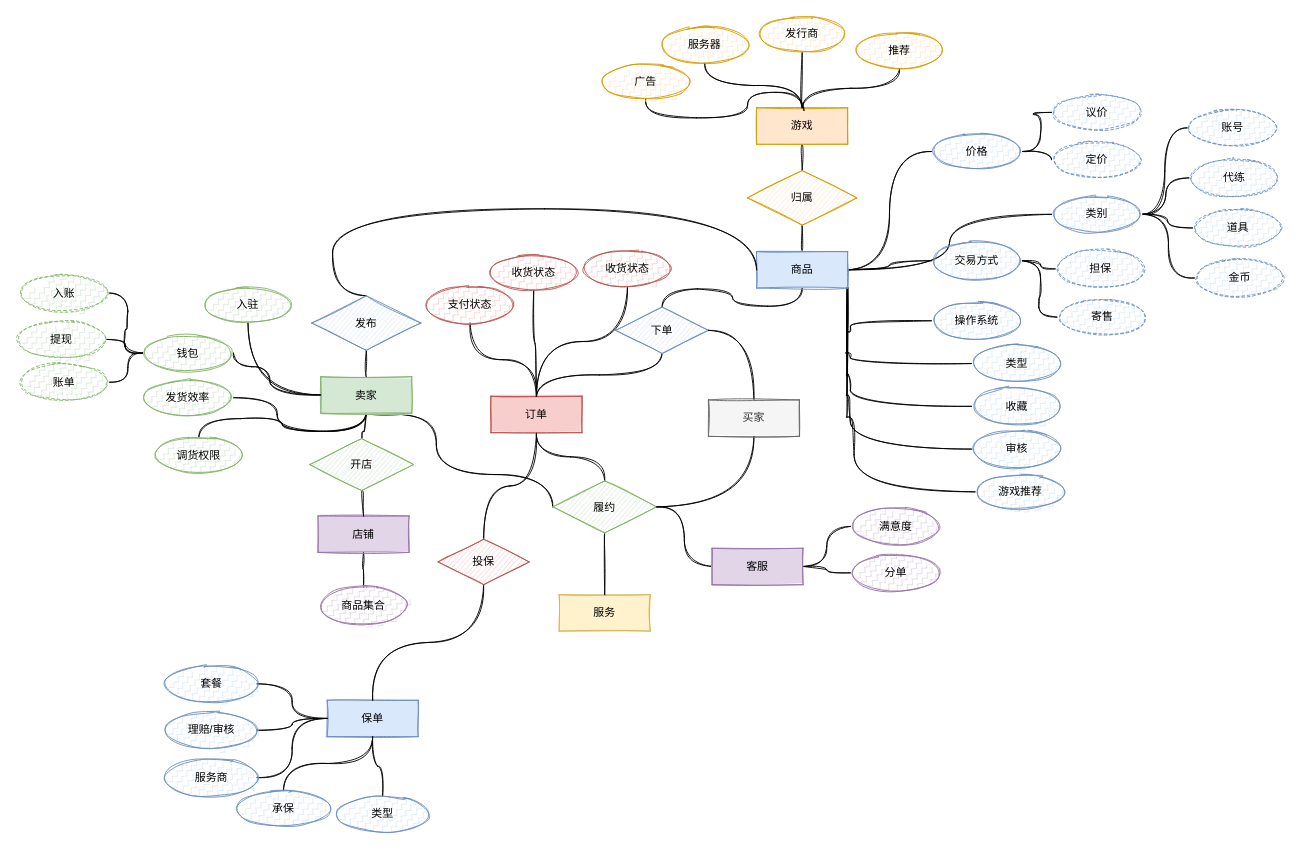
This is ali03.drawio from chenyz/EGOTableViewPullRefresh, a draw.io file, before an edit. Source tidied: cells renumbered, new cells numbered last; positions are measured from the earlier drawing's top-left corner, leaving out a move shared by most shapes. Both pictures are drawn from the tidied source at 91%, with x=0, y=0 at pixel (15, 15).
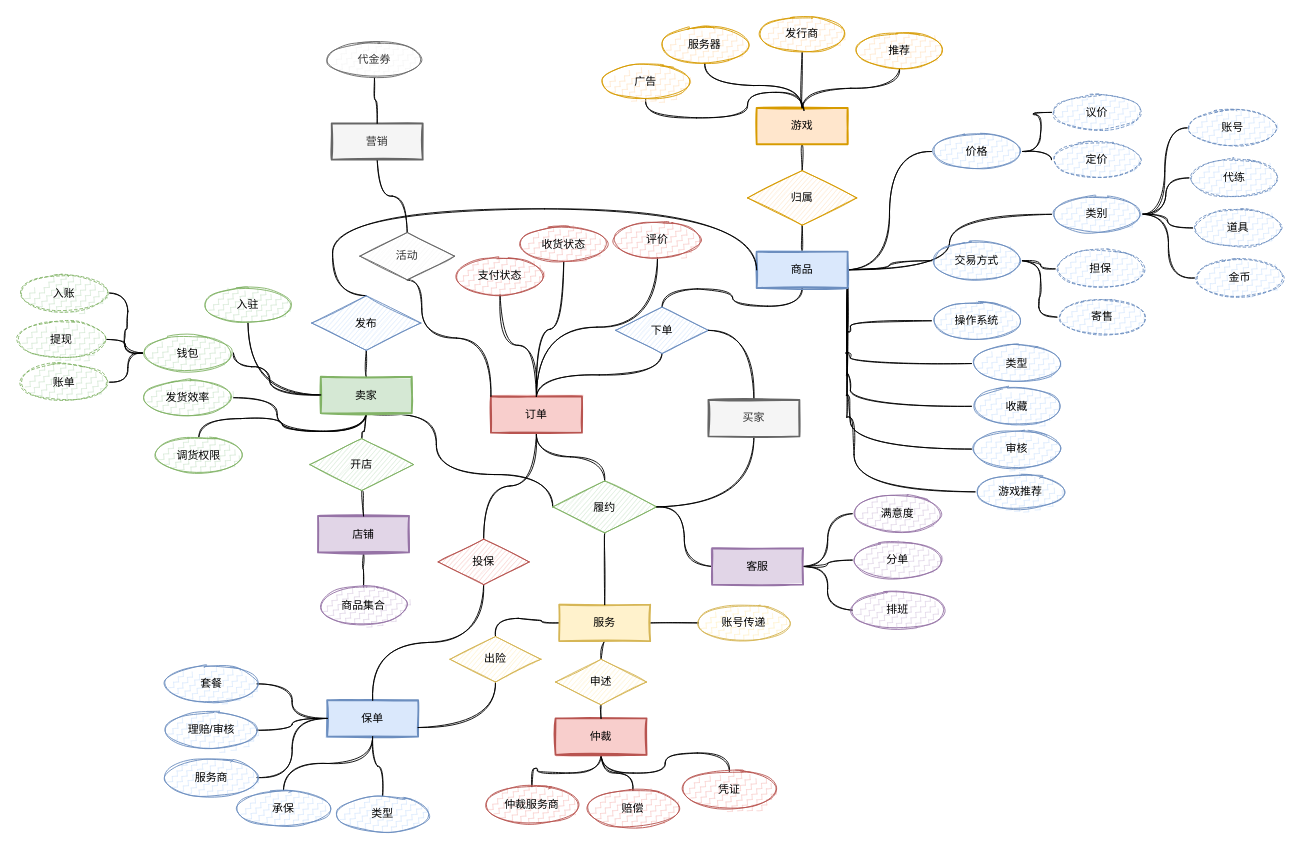
The same page after the edit.

What changed in the source:
```diff
@@
-    <mxCell id="4" value="游戏" style="whiteSpace=wrap;html=1;align=center;sketch=1;fillColor=#ffe6cc;strokeColor=#d79b00;fillStyle=solid;" parent="1" vertex="1">
+    <mxCell id="4" value="游戏" style="whiteSpace=wrap;html=1;align=center;sketch=1;fillColor=#ffe6cc;strokeColor=#d79b00;fillStyle=solid;strokeWidth=2;" parent="1" vertex="1">
       <mxGeometry x="814" y="101" width="100" height="40" as="geometry" />
     </mxCell>
@@
-    <mxCell id="22" value="商品" style="whiteSpace=wrap;html=1;align=center;sketch=1;fillColor=#dae8fc;strokeColor=#6c8ebf;fillStyle=solid;" parent="1" vertex="1">
+    <mxCell id="22" value="商品" style="whiteSpace=wrap;html=1;align=center;sketch=1;fillColor=#dae8fc;strokeColor=#6c8ebf;fillStyle=solid;strokeWidth=2;" parent="1" vertex="1">
       <mxGeometry x="814" y="259" width="100" height="40" as="geometry" />
     </mxCell>
@@
-    <mxCell id="49" value="卖家" style="whiteSpace=wrap;html=1;align=center;sketch=1;fillColor=#d5e8d4;strokeColor=#82b366;fillStyle=solid;" parent="1" vertex="1">
+    <mxCell id="49" value="卖家" style="whiteSpace=wrap;html=1;align=center;sketch=1;fillColor=#d5e8d4;strokeColor=#82b366;fillStyle=solid;strokeWidth=2;" parent="1" vertex="1">
       <mxGeometry x="335" y="396.5" width="100" height="40" as="geometry" />
     </mxCell>
@@
-    <mxCell id="69" value="店铺" style="whiteSpace=wrap;html=1;align=center;sketch=1;fillColor=#e1d5e7;strokeColor=#9673a6;fillStyle=solid;" parent="1" vertex="1">
+    <mxCell id="69" value="店铺" style="whiteSpace=wrap;html=1;align=center;sketch=1;fillColor=#e1d5e7;strokeColor=#9673a6;fillStyle=solid;strokeWidth=2;" parent="1" vertex="1">
       <mxGeometry x="332" y="549.5" width="100" height="40" as="geometry" />
     </mxCell>
@@
-    <mxCell id="75" value="订单" style="whiteSpace=wrap;html=1;align=center;sketch=1;fillColor=#f8cecc;strokeColor=#b85450;fillStyle=solid;" parent="1" vertex="1">
+    <mxCell id="75" value="订单" style="whiteSpace=wrap;html=1;align=center;sketch=1;fillColor=#f8cecc;strokeColor=#b85450;fillStyle=solid;strokeWidth=2;" parent="1" vertex="1">
       <mxGeometry x="522" y="418" width="100" height="40" as="geometry" />
     </mxCell>
@@
-    <mxCell id="80" value="买家" style="whiteSpace=wrap;html=1;align=center;sketch=1;fillColor=#f5f5f5;strokeColor=#666666;fontColor=#333333;fillStyle=solid;" parent="1" vertex="1">
+    <mxCell id="80" value="买家" style="whiteSpace=wrap;html=1;align=center;sketch=1;fillColor=#f5f5f5;strokeColor=#666666;fontColor=#333333;fillStyle=solid;strokeWidth=2;" parent="1" vertex="1">
       <mxGeometry x="761" y="422" width="100" height="40" as="geometry" />
     </mxCell>
+    <mxCell id="109" style="edgeStyle=orthogonalEdgeStyle;curved=1;rounded=0;sketch=1;jettySize=auto;html=1;exitX=1;exitY=0.5;exitDx=0;exitDy=0;entryX=0;entryY=0.5;entryDx=0;entryDy=0;endArrow=none;endFill=0;" parent="1" edge="1" source="81" target="120">
+      <mxGeometry relative="1" as="geometry" />
+    </mxCell>
+    <mxCell id="110" style="edgeStyle=orthogonalEdgeStyle;curved=1;rounded=0;sketch=1;jettySize=auto;html=1;exitX=0;exitY=0.5;exitDx=0;exitDy=0;entryX=0.5;entryY=0;entryDx=0;entryDy=0;endArrow=none;endFill=0;" parent="1" edge="1" source="81" target="122">
+      <mxGeometry relative="1" as="geometry" />
+    </mxCell>
+    <mxCell id="111" style="edgeStyle=orthogonalEdgeStyle;curved=1;rounded=0;sketch=1;jettySize=auto;html=1;exitX=0.5;exitY=1;exitDx=0;exitDy=0;entryX=0.5;entryY=0;entryDx=0;entryDy=0;endArrow=none;endFill=0;" parent="1" edge="1" source="81" target="128">
+      <mxGeometry relative="1" as="geometry" />
+    </mxCell>
-    <mxCell id="81" value="服务" style="whiteSpace=wrap;html=1;align=center;sketch=1;fillColor=#fff2cc;strokeColor=#d6b656;fillStyle=solid;" parent="1" vertex="1">
-      <mxGeometry x="597" y="636" width="100" height="40" as="geometry" />
+    <mxCell id="81" value="服务" style="whiteSpace=wrap;html=1;align=center;sketch=1;fillColor=#fff2cc;strokeColor=#d6b656;fillStyle=solid;strokeWidth=2;" parent="1" vertex="1">
+      <mxGeometry x="597" y="647" width="100" height="40" as="geometry" />
     </mxCell>
@@
     <mxCell id="85" value="支付状态" style="ellipse;whiteSpace=wrap;html=1;align=center;sketch=1;fillColor=#f8cecc;strokeColor=#b85450;fillStyle=zigzag-line;" parent="1" vertex="1">
-      <mxGeometry x="449" y="297.5" width="100" height="40" as="geometry" />
+      <mxGeometry x="482" y="266" width="100" height="40" as="geometry" />
     </mxCell>
@@
     <mxCell id="87" value="收货状态" style="ellipse;whiteSpace=wrap;html=1;align=center;sketch=1;fillColor=#f8cecc;strokeColor=#b85450;fillStyle=zigzag-line;" parent="1" vertex="1">
-      <mxGeometry x="519" y="262" width="100" height="40" as="geometry" />
+      <mxGeometry x="552" y="230.5" width="100" height="40" as="geometry" />
     </mxCell>
@@
-    <mxCell id="89" value="收货状态" style="ellipse;whiteSpace=wrap;html=1;align=center;sketch=1;fillColor=#f8cecc;strokeColor=#b85450;fillStyle=zigzag-line;" parent="1" vertex="1">
-      <mxGeometry x="622" y="257.5" width="100" height="40" as="geometry" />
+    <mxCell id="89" value="评价" style="ellipse;whiteSpace=wrap;html=1;align=center;sketch=1;fillColor=#f8cecc;strokeColor=#b85450;fillStyle=zigzag-line;" parent="1" vertex="1">
+      <mxGeometry x="655" y="226" width="100" height="40" as="geometry" />
     </mxCell>
@@
+    <mxCell id="112" style="edgeStyle=orthogonalEdgeStyle;curved=1;rounded=0;sketch=1;jettySize=auto;html=1;exitX=1;exitY=0.5;exitDx=0;exitDy=0;entryX=0;entryY=0.5;entryDx=0;entryDy=0;endArrow=none;endFill=0;" parent="1" edge="1" source="93" target="113">
+      <mxGeometry relative="1" as="geometry" />
+    </mxCell>
-    <mxCell id="93" value="客服" style="whiteSpace=wrap;html=1;align=center;sketch=1;fillColor=#e1d5e7;strokeColor=#9673a6;fillStyle=solid;" parent="1" vertex="1">
+    <mxCell id="93" value="客服" style="whiteSpace=wrap;html=1;align=center;sketch=1;fillColor=#e1d5e7;strokeColor=#9673a6;fillStyle=solid;strokeWidth=2;" parent="1" vertex="1">
       <mxGeometry x="765" y="585" width="100" height="40" as="geometry" />
     </mxCell>
     <mxCell id="94" value="满意度" style="ellipse;whiteSpace=wrap;html=1;align=center;sketch=1;fillColor=#e1d5e7;strokeColor=#9673a6;fillStyle=zigzag-line;" parent="1" vertex="1">
-      <mxGeometry x="917" y="541" width="100" height="40" as="geometry" />
+      <mxGeometry x="919" y="527" width="100" height="40" as="geometry" />
     </mxCell>
     <mxCell id="95" value="分单" style="ellipse;whiteSpace=wrap;html=1;align=center;sketch=1;fillColor=#e1d5e7;strokeColor=#9673a6;fillStyle=zigzag-line;" parent="1" vertex="1">
-      <mxGeometry x="917" y="592" width="100" height="40" as="geometry" />
+      <mxGeometry x="919" y="578" width="100" height="40" as="geometry" />
     </mxCell>
@@
-    <mxCell id="97" value="保单" style="whiteSpace=wrap;html=1;align=center;sketch=1;fillColor=#dae8fc;strokeColor=#6c8ebf;fillStyle=solid;" parent="1" vertex="1">
+    <mxCell id="97" value="保单" style="whiteSpace=wrap;html=1;align=center;sketch=1;fillColor=#dae8fc;strokeColor=#6c8ebf;fillStyle=solid;strokeWidth=2;" parent="1" vertex="1">
       <mxGeometry x="342" y="752" width="100" height="40" as="geometry" />
     </mxCell>
@@
+    <mxCell id="113" value="排班" style="ellipse;whiteSpace=wrap;html=1;align=center;sketch=1;fillColor=#e1d5e7;strokeColor=#9673a6;fillStyle=zigzag-line;" parent="1" vertex="1">
+      <mxGeometry x="919" y="633" width="100" height="40" as="geometry" />
+    </mxCell>
+    <mxCell id="114" style="edgeStyle=orthogonalEdgeStyle;curved=1;rounded=0;sketch=1;jettySize=auto;html=1;exitX=0.5;exitY=1;exitDx=0;exitDy=0;entryX=0.5;entryY=0;entryDx=0;entryDy=0;endArrow=none;endFill=0;" parent="1" edge="1" source="115" target="119">
+      <mxGeometry relative="1" as="geometry" />
+    </mxCell>
+    <mxCell id="115" value="营销" style="whiteSpace=wrap;html=1;align=center;sketch=1;fillColor=#f5f5f5;strokeColor=#666666;fillStyle=solid;fontColor=#333333;rounded=0;strokeWidth=2;" parent="1" vertex="1">
+      <mxGeometry x="347" y="118" width="100" height="40" as="geometry" />
+    </mxCell>
+    <mxCell id="116" style="edgeStyle=orthogonalEdgeStyle;curved=1;rounded=0;sketch=1;jettySize=auto;html=1;exitX=0.5;exitY=1;exitDx=0;exitDy=0;entryX=0.5;entryY=0;entryDx=0;entryDy=0;endArrow=none;endFill=0;" parent="1" edge="1" source="117" target="115">
+      <mxGeometry relative="1" as="geometry" />
+    </mxCell>
+    <mxCell id="117" value="代金券" style="ellipse;whiteSpace=wrap;html=1;align=center;sketch=1;fillColor=#f5f5f5;strokeColor=#666666;fillStyle=zigzag-line;fontColor=#333333;" parent="1" vertex="1">
+      <mxGeometry x="344" y="28" width="100" height="40" as="geometry" />
+    </mxCell>
+    <mxCell id="118" style="edgeStyle=orthogonalEdgeStyle;curved=1;rounded=0;sketch=1;jettySize=auto;html=1;exitX=0.5;exitY=1;exitDx=0;exitDy=0;entryX=0;entryY=0;entryDx=0;entryDy=0;endArrow=none;endFill=0;" parent="1" edge="1" source="119" target="75">
+      <mxGeometry relative="1" as="geometry">
+        <Array as="points">
+          <mxPoint x="446" y="290" />
+          <mxPoint x="446" y="354" />
+          <mxPoint x="522" y="354" />
+        </Array>
+      </mxGeometry>
+    </mxCell>
+    <mxCell id="119" value="活动" style="shape=rhombus;perimeter=rhombusPerimeter;whiteSpace=wrap;html=1;align=center;sketch=1;fillColor=#f5f5f5;strokeColor=#666666;fontColor=#333333;" parent="1" vertex="1">
+      <mxGeometry x="378" y="238" width="104" height="52" as="geometry" />
+    </mxCell>
+    <mxCell id="120" value="账号传递" style="ellipse;whiteSpace=wrap;html=1;align=center;sketch=1;fillColor=#fff2cc;strokeColor=#d6b656;fillStyle=zigzag-line;" parent="1" vertex="1">
+      <mxGeometry x="750" y="647" width="100" height="40" as="geometry" />
+    </mxCell>
+    <mxCell id="121" style="edgeStyle=orthogonalEdgeStyle;curved=1;rounded=0;sketch=1;jettySize=auto;html=1;exitX=0.5;exitY=1;exitDx=0;exitDy=0;entryX=1;entryY=0.75;entryDx=0;entryDy=0;endArrow=none;endFill=0;" parent="1" edge="1" source="122" target="97">
+      <mxGeometry relative="1" as="geometry" />
+    </mxCell>
+    <mxCell id="122" value="出险" style="shape=rhombus;perimeter=rhombusPerimeter;whiteSpace=wrap;html=1;align=center;sketch=1;fillColor=#fff2cc;strokeColor=#d6b656;" parent="1" vertex="1">
+      <mxGeometry x="477" y="682" width="100" height="50" as="geometry" />
+    </mxCell>
+    <mxCell id="123" style="edgeStyle=orthogonalEdgeStyle;curved=1;rounded=0;sketch=1;jettySize=auto;html=1;exitX=0.5;exitY=1;exitDx=0;exitDy=0;entryX=0.5;entryY=0;entryDx=0;entryDy=0;endArrow=none;endFill=0;" parent="1" edge="1" source="126" target="129">
+      <mxGeometry relative="1" as="geometry" />
+    </mxCell>
+    <mxCell id="124" style="edgeStyle=orthogonalEdgeStyle;curved=1;rounded=0;sketch=1;jettySize=auto;html=1;exitX=0.5;exitY=1;exitDx=0;exitDy=0;entryX=0.5;entryY=0;entryDx=0;entryDy=0;endArrow=none;endFill=0;" parent="1" edge="1" source="126" target="130">
+      <mxGeometry relative="1" as="geometry" />
+    </mxCell>
+    <mxCell id="125" style="edgeStyle=orthogonalEdgeStyle;curved=1;rounded=0;sketch=1;jettySize=auto;html=1;exitX=0.5;exitY=1;exitDx=0;exitDy=0;entryX=0.5;entryY=0;entryDx=0;entryDy=0;endArrow=none;endFill=0;" parent="1" edge="1" source="126" target="131">
+      <mxGeometry relative="1" as="geometry" />
+    </mxCell>
+    <mxCell id="126" value="仲裁" style="whiteSpace=wrap;html=1;align=center;sketch=1;fillColor=#f8cecc;strokeColor=#b85450;fillStyle=solid;strokeWidth=2;" parent="1" vertex="1">
+      <mxGeometry x="593" y="772" width="100" height="40" as="geometry" />
+    </mxCell>
+    <mxCell id="127" style="edgeStyle=orthogonalEdgeStyle;curved=1;rounded=0;sketch=1;jettySize=auto;html=1;exitX=0.5;exitY=1;exitDx=0;exitDy=0;entryX=0.5;entryY=0;entryDx=0;entryDy=0;endArrow=none;endFill=0;" parent="1" edge="1" source="128" target="126">
+      <mxGeometry relative="1" as="geometry" />
+    </mxCell>
+    <mxCell id="128" value="申述" style="shape=rhombus;perimeter=rhombusPerimeter;whiteSpace=wrap;html=1;align=center;sketch=1;fillColor=#fff2cc;strokeColor=#d6b656;" parent="1" vertex="1">
+      <mxGeometry x="593" y="707" width="100" height="50" as="geometry" />
+    </mxCell>
+    <mxCell id="129" value="仲裁服务商" style="ellipse;whiteSpace=wrap;html=1;align=center;sketch=1;fillColor=#f8cecc;strokeColor=#b85450;fillStyle=zigzag-line;" parent="1" vertex="1">
+      <mxGeometry x="517" y="847" width="100" height="40" as="geometry" />
+    </mxCell>
+    <mxCell id="130" value="赔偿" style="ellipse;whiteSpace=wrap;html=1;align=center;sketch=1;fillColor=#f8cecc;strokeColor=#b85450;fillStyle=zigzag-line;" parent="1" vertex="1">
+      <mxGeometry x="628" y="851" width="100" height="40" as="geometry" />
+    </mxCell>
+    <mxCell id="131" value="凭证" style="ellipse;whiteSpace=wrap;html=1;align=center;sketch=1;fillColor=#f8cecc;strokeColor=#b85450;fillStyle=zigzag-line;" parent="1" vertex="1">
+      <mxGeometry x="734" y="830" width="100" height="40" as="geometry" />
+    </mxCell>
```
